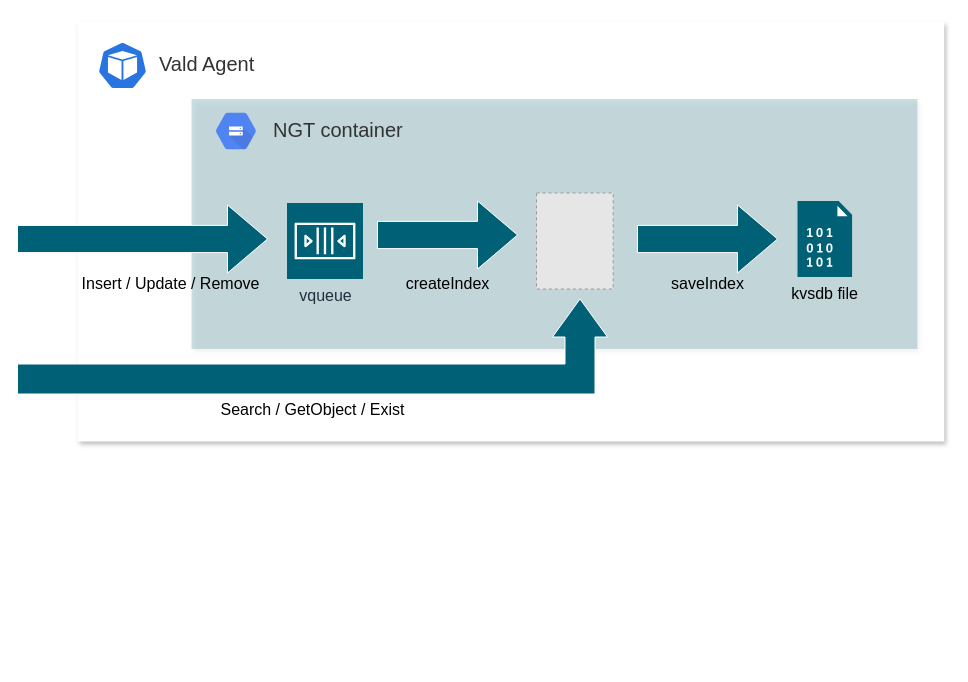
This is page "ngt" (1 of 2) of assets/docs/overview/component/agent/agent.drawio from vdaas/vald, a draw.io file, before an edit. Source tidied: cells renumbered, new cells numbered last; positions are measured from the earlier drawing's top-left corner, leaving out a move shared by most shapes. Both pictures are drawn from the tidied source at 100%, with x=0, y=0 at pixel (17, 21). Pictures stored in the file or linked from it are replaced by grey dashed boxes.
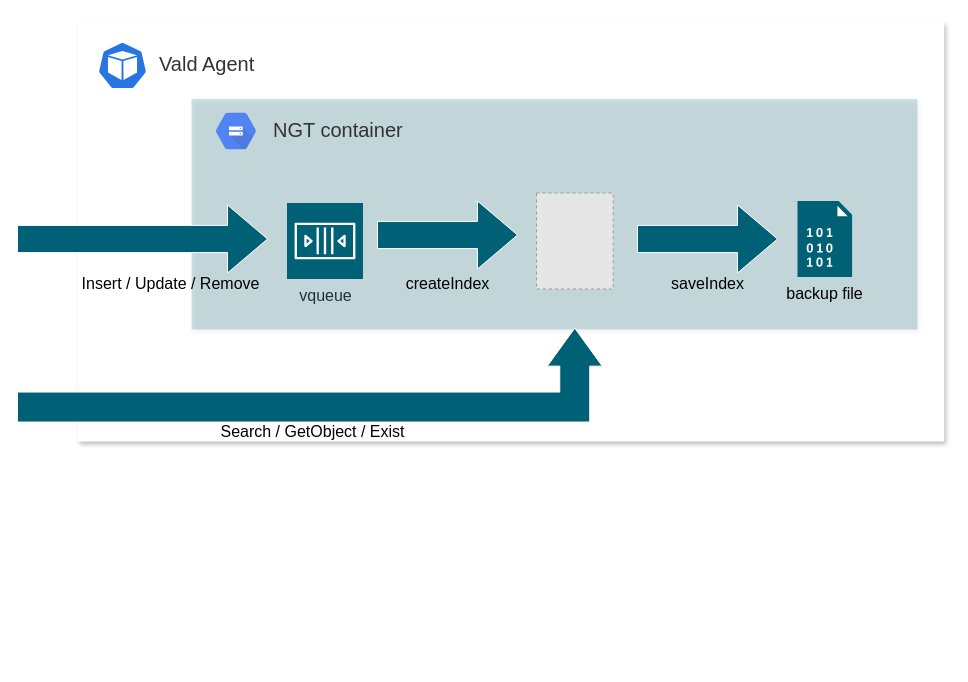
The same diagram, later.

What changed in the source:
```diff
@@
 <mxGraphModel>
   <root>
     <mxCell id="0" />
     <mxCell id="1" parent="0" />
     <mxCell id="2" style="group;" parent="1" vertex="1">
-      <mxGeometry width="926.7" height="420" as="geometry" />
+      <mxGeometry width="926.7" height="643.2" as="geometry" />
     </mxCell>
     <mxCell id="3" value="&lt;blockquote style=&quot;margin: 0px 0px 0px 40px ; border: none ; padding: 0px ; font-size: 20px&quot;&gt;&lt;blockquote style=&quot;margin: 0px 0px 0px 40px ; border: none ; padding: 0px ; font-size: 20px&quot;&gt;&lt;span style=&quot;color: rgb(51 , 51 , 51)&quot;&gt;&lt;br&gt;Vald Agent&lt;/span&gt;&lt;br&gt;&lt;/blockquote&gt;&lt;/blockquote&gt;" style="rounded=0;whiteSpace=wrap;html=1;shadow=1;glass=0;comic=0;strokeWidth=1;fontSize=20;fontColor=#000000;align=left;labelBackgroundColor=none;strokeColor=none;fillColor=#ffffff;verticalAlign=top;" parent="2" vertex="1">
       <mxGeometry x="60" width="866.7" height="420" as="geometry" />
     </mxCell>
     <mxCell id="4" style="sketch=0;html=1;dashed=0;whitespace=wrap;fillColor=#2875E2;strokeColor=#ffffff;shape=mxgraph.kubernetes.icon;prIcon=pod;fontSize=16;" parent="2" vertex="1">
       <mxGeometry x="80" y="20" width="50" height="48" as="geometry" />
     </mxCell>
     <mxCell id="5" style="group;" parent="2" vertex="1">
-      <mxGeometry y="68" width="900" height="329.5" as="geometry" />
+      <mxGeometry y="68" width="900" height="575.2" as="geometry" />
     </mxCell>
     <mxCell id="6" value="&lt;blockquote style=&quot;margin: 0px 0px 0px 40px ; border: none ; padding: 0px ; font-size: 20px&quot;&gt;&lt;blockquote style=&quot;margin: 0px 0px 0px 40px ; border: none ; padding: 0px ; font-size: 10px&quot;&gt;&lt;span style=&quot;color: rgb(51 , 51 , 51)&quot;&gt;&lt;br&gt;&lt;/span&gt;&lt;/blockquote&gt;&lt;blockquote style=&quot;margin: 0px 0px 0px 40px ; border: none ; padding: 0px ; font-size: 20px&quot;&gt;&lt;span style=&quot;color: rgb(51 , 51 , 51) ; font-size: 20px&quot;&gt;NGT container&lt;/span&gt;&lt;br style=&quot;font-size: 20px&quot;&gt;&lt;/blockquote&gt;&lt;/blockquote&gt;" style="rounded=0;whiteSpace=wrap;html=1;shadow=1;glass=0;comic=0;strokeWidth=1;fontSize=20;fontColor=#000000;align=left;labelBackgroundColor=none;strokeColor=none;fillColor=#006076;verticalAlign=top;gradientColor=none;opacity=20;" parent="5" vertex="1">
-      <mxGeometry x="174" y="9.5" width="726" height="250" as="geometry" />
+      <mxGeometry x="174" y="9.5" width="726" height="230.5" as="geometry" />
     </mxCell>
     <mxCell id="7" style="fillColor=#E6E6E6;strokeColor=#999999;dashed=1;verticalLabelPosition=bottom;labelBackgroundColor=#ffffff;verticalAlign=top;" parent="5" vertex="1">
       <mxGeometry x="519" y="103.5" width="76.7" height="96" as="geometry" />
     </mxCell>
     <mxCell id="8" style="dashed=0;html=1;fillColor=#5184F3;strokeColor=none;shape=mxgraph.gcp2.hexIcon;prIcon=cloud_storage;labelPosition=right;verticalLabelPosition=middle;align=left;verticalAlign=middle;spacingLeft=5;fontColor=#999999;fontSize=12;shadow=0;" parent="5" vertex="1">
       <mxGeometry x="188" y="14.5" width="60.9" height="54" as="geometry">
         <mxPoint x="5" y="-19.5" as="offset" />
       </mxGeometry>
     </mxCell>
-    <mxCell id="9" value="kvsdb file" style="sketch=0;shadow=0;dashed=0;html=1;strokeColor=none;fillColor=#006076;labelPosition=center;verticalLabelPosition=bottom;verticalAlign=top;align=center;shape=mxgraph.veeam2.data_file;fontSize=16;" parent="5" vertex="1">
+    <mxCell id="9" value="backup file" style="sketch=0;shadow=0;dashed=0;html=1;strokeColor=none;fillColor=#006076;labelPosition=center;verticalLabelPosition=bottom;verticalAlign=top;align=center;shape=mxgraph.veeam2.data_file;fontSize=16;" parent="5" vertex="1">
       <mxGeometry x="780" y="111.5" width="54.6" height="76" as="geometry" />
     </mxCell>
     <mxCell id="10" value="vqueue" style="sketch=0;fontColor=#232F3E;gradientColor=none;strokeColor=#FFFFFF;fillColor=#006076;dashed=0;verticalLabelPosition=bottom;verticalAlign=top;align=center;html=1;fontSize=16;fontStyle=0;shape=mxgraph.aws4.resourceIcon;resIcon=mxgraph.aws4.queue;shadow=0;" parent="5" vertex="1">
       <mxGeometry x="269.5" y="113.5" width="76" height="76" as="geometry" />
     </mxCell>
     <mxCell id="11" value="Insert / Update / Remove" style="text;html=1;align=center;verticalAlign=middle;strokeColor=none;fillColor=none;fontSize=16;shadow=0;" parent="5" vertex="1">
       <mxGeometry x="57.5" y="183.5" width="190" height="20" as="geometry" />
     </mxCell>
     <mxCell id="12" value="createIndex" style="text;html=1;align=center;verticalAlign=middle;strokeColor=none;fillColor=none;fontSize=16;shadow=0;" parent="5" vertex="1">
       <mxGeometry x="380" y="183.5" width="100" height="20" as="geometry" />
     </mxCell>
     <mxCell id="13" value="saveIndex" style="text;html=1;align=center;verticalAlign=middle;strokeColor=none;fillColor=none;fontSize=16;shadow=0;" parent="5" vertex="1">
       <mxGeometry x="645" y="183.5" width="90" height="20" as="geometry" />
     </mxCell>
     <mxCell id="14" style="html=1;shadow=0;dashed=0;align=center;verticalAlign=middle;shape=mxgraph.arrows2.bendArrow;dy=15;dx=38;notch=0;arrowHead=55;rounded=0;fontSize=16;strokeColor=#FFFFFF;fillColor=#006076;rotation=-90;flipH=0;flipV=1;" parent="5" vertex="1">
-      <mxGeometry x="247.5" y="-38" width="95" height="590" as="geometry" />
+      <mxGeometry x="245.4" y="-6.8" width="93.9" height="584.8" as="geometry" />
     </mxCell>
     <mxCell id="15" style="html=1;shadow=0;dashed=0;align=center;verticalAlign=middle;shape=mxgraph.arrows2.arrow;dy=0.6;dx=40;notch=0;fontSize=16;strokeColor=#FFFFFF;fillColor=#006076;" parent="5" vertex="1">
       <mxGeometry y="115.5" width="250" height="68" as="geometry" />
     </mxCell>
     <mxCell id="16" style="html=1;shadow=0;dashed=0;align=center;verticalAlign=middle;shape=mxgraph.arrows2.arrow;dy=0.6;dx=40;notch=0;fontSize=16;strokeColor=#FFFFFF;fillColor=#006076;" parent="5" vertex="1">
       <mxGeometry x="360" y="111.5" width="140" height="68" as="geometry" />
     </mxCell>
     <mxCell id="17" style="html=1;shadow=0;dashed=0;align=center;verticalAlign=middle;shape=mxgraph.arrows2.arrow;dy=0.6;dx=40;notch=0;fontSize=16;strokeColor=#FFFFFF;fillColor=#006076;" parent="5" vertex="1">
       <mxGeometry x="620" y="115.5" width="140" height="68" as="geometry" />
     </mxCell>
     <mxCell id="18" value="Search / GetObject / Exist" style="text;html=1;align=center;verticalAlign=middle;strokeColor=none;fillColor=none;fontSize=16;shadow=0;" parent="5" vertex="1">
-      <mxGeometry x="195" y="309.5" width="200" height="20" as="geometry" />
+      <mxGeometry x="195" y="331.5" width="200" height="20" as="geometry" />
     </mxCell>
   </root>
 </mxGraphModel>
```
